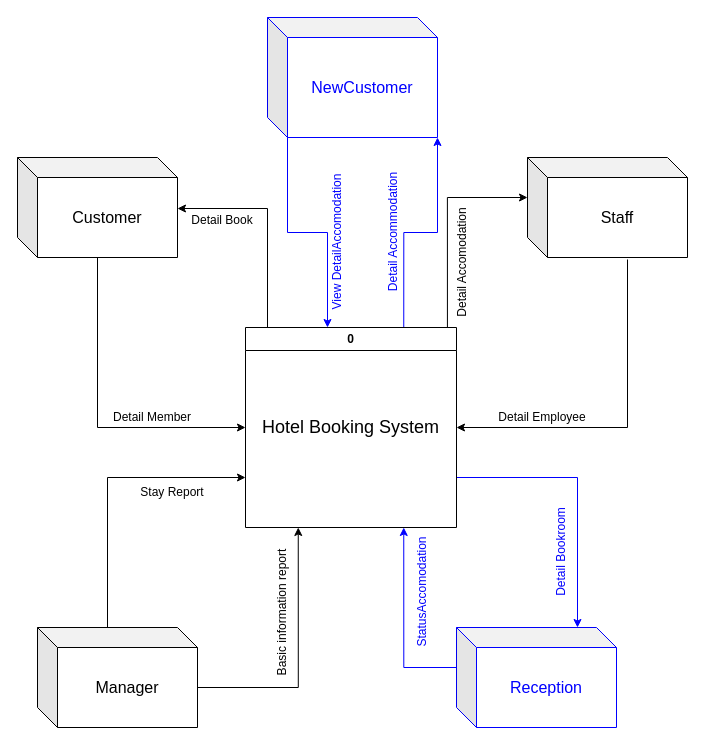
The draw.io diagram แบบแผนที่ยังไม่ได้ตั้งชื่อ.drawio in Yaya25aom/bookhotel, before the edit. Source tidied: cells renumbered, new cells numbered last; positions are measured from the earlier drawing's top-left corner, leaving out a move shared by most shapes. Both pictures are drawn from the tidied source at 100%, with x=0, y=0 at pixel (17, 17).
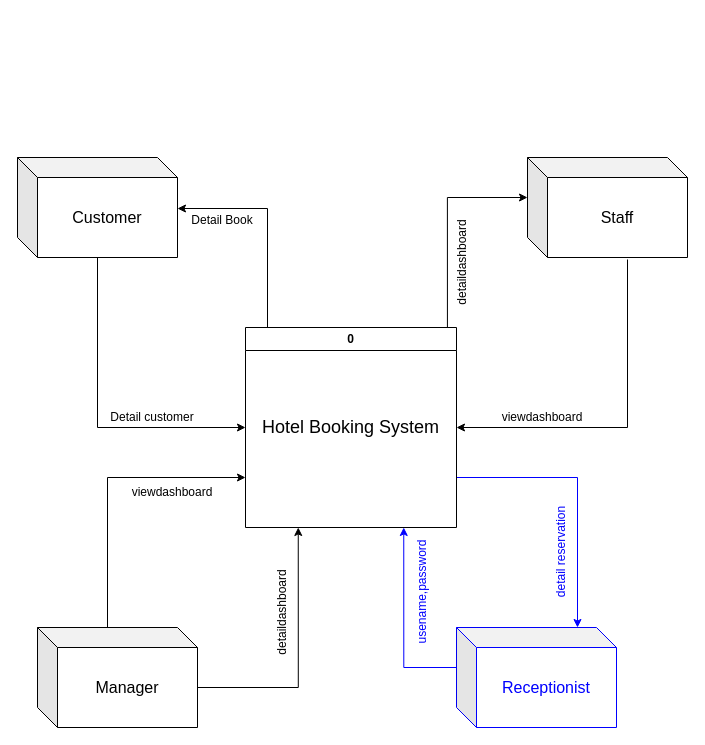
After the change.

Unchanged cells that the change refers to:
```xml
<mxCell id="4" value="0" style="swimlane;whiteSpace=wrap;html=1;" parent="1" vertex="1">
  <mxGeometry x="228" y="310" width="211" height="200" as="geometry" />
</mxCell>
```

Change to the diagram source:
```diff
@@
-    <mxCell id="3" style="edgeStyle=orthogonalEdgeStyle;rounded=0;jettySize=auto;html=1;exitX=0.75;exitY=0;exitDx=0;exitDy=0;entryX=1;entryY=1;entryDx=0;entryDy=0;entryPerimeter=0;strokeColor=#0000FF;" parent="1" edge="1" source="4" target="22">
-      <mxGeometry relative="1" as="geometry" />
-    </mxCell>
@@
-    <mxCell id="16" value="Detail Member" style="text;html=1;strokeColor=none;fillColor=none;align=center;verticalAlign=middle;whiteSpace=wrap;rounded=0;" parent="1" vertex="1">
+    <mxCell id="16" value="Detail customer" style="text;html=1;strokeColor=none;fillColor=none;align=center;verticalAlign=middle;whiteSpace=wrap;rounded=0;" parent="1" vertex="1">
       <mxGeometry x="70" y="385" width="130" height="30" as="geometry" />
     </mxCell>
-    <mxCell id="17" value="Detail Accomodation" style="text;html=1;strokeColor=none;fillColor=none;align=center;verticalAlign=middle;whiteSpace=wrap;rounded=0;rotation=-90;" parent="1" vertex="1">
+    <mxCell id="17" value="detaildashboard" style="text;html=1;strokeColor=none;fillColor=none;align=center;verticalAlign=middle;whiteSpace=wrap;rounded=0;rotation=-90;" parent="1" vertex="1">
       <mxGeometry x="380" y="230" width="130" height="30" as="geometry" />
     </mxCell>
-    <mxCell id="18" value="Detail Employee" style="text;html=1;strokeColor=none;fillColor=none;align=center;verticalAlign=middle;whiteSpace=wrap;rounded=0;" parent="1" vertex="1">
+    <mxCell id="18" value="viewdashboard" style="text;html=1;strokeColor=none;fillColor=none;align=center;verticalAlign=middle;whiteSpace=wrap;rounded=0;" parent="1" vertex="1">
       <mxGeometry x="460" y="385" width="130" height="30" as="geometry" />
     </mxCell>
-    <mxCell id="19" value="Stay Report" style="text;html=1;strokeColor=none;fillColor=none;align=center;verticalAlign=middle;whiteSpace=wrap;rounded=0;" parent="1" vertex="1">
+    <mxCell id="19" value="viewdashboard" style="text;html=1;strokeColor=none;fillColor=none;align=center;verticalAlign=middle;whiteSpace=wrap;rounded=0;" parent="1" vertex="1">
       <mxGeometry x="90" y="460" width="130" height="30" as="geometry" />
     </mxCell>
-    <mxCell id="20" value="Basic information report" style="text;html=1;strokeColor=none;fillColor=none;align=center;verticalAlign=middle;whiteSpace=wrap;rounded=0;rotation=-90;" parent="1" vertex="1">
+    <mxCell id="20" value="detaildashboard" style="text;html=1;strokeColor=none;fillColor=none;align=center;verticalAlign=middle;whiteSpace=wrap;rounded=0;rotation=-90;" parent="1" vertex="1">
       <mxGeometry x="200" y="580" width="130" height="30" as="geometry" />
     </mxCell>
-    <mxCell id="21" style="edgeStyle=orthogonalEdgeStyle;rounded=0;jettySize=auto;html=1;exitX=0;exitY=0;exitDx=20;exitDy=100;exitPerimeter=0;strokeColor=#0000FF;" parent="1" edge="1" source="22">
-      <mxGeometry relative="1" as="geometry">
-        <mxPoint x="310" y="310" as="targetPoint" />
-        <Array as="points">
-          <mxPoint x="270" y="215" />
-          <mxPoint x="310" y="215" />
-          <mxPoint x="310" y="310" />
-        </Array>
-      </mxGeometry>
-    </mxCell>
-    <mxCell id="22" value="&lt;font color=&quot;#0000ff&quot;&gt;NewCustomer&lt;/font&gt;" style="shape=cube;whiteSpace=wrap;html=1;boundedLbl=1;backgroundOutline=1;darkOpacity=0.05;darkOpacity2=0.1;fontSize=16;strokeColor=#0000FF;" parent="1" vertex="1">
-      <mxGeometry x="250" width="170" height="120" as="geometry" />
-    </mxCell>
@@
-    <mxCell id="24" value="&lt;font color=&quot;#0000ff&quot;&gt;Reception&lt;/font&gt;" style="shape=cube;whiteSpace=wrap;html=1;boundedLbl=1;backgroundOutline=1;darkOpacity=0.05;darkOpacity2=0.1;fontSize=16;strokeColor=#0000FF;" parent="1" vertex="1">
+    <mxCell id="24" value="&lt;font color=&quot;#0000ff&quot;&gt;Receptionist&lt;/font&gt;" style="shape=cube;whiteSpace=wrap;html=1;boundedLbl=1;backgroundOutline=1;darkOpacity=0.05;darkOpacity2=0.1;fontSize=16;strokeColor=#0000FF;" parent="1" vertex="1">
       <mxGeometry x="439" y="610" width="160" height="100" as="geometry" />
     </mxCell>
-    <mxCell id="25" value="&lt;font color=&quot;#0000ff&quot;&gt;View DetailAccomodation&lt;/font&gt;" style="text;html=1;align=center;verticalAlign=middle;strokeColor=none;fillColor=none;rotation=-90;" parent="1" vertex="1">
-      <mxGeometry x="240" y="210" width="160" height="30" as="geometry" />
-    </mxCell>
-    <mxCell id="26" value="&lt;font color=&quot;#0000ff&quot;&gt;Detail Accommodation&lt;/font&gt;" style="text;html=1;align=center;verticalAlign=middle;strokeColor=none;fillColor=none;rotation=-90;" parent="1" vertex="1">
-      <mxGeometry x="306" y="200" width="140" height="30" as="geometry" />
-    </mxCell>
-    <mxCell id="27" value="&lt;font color=&quot;#0000ff&quot;&gt;Detail Bookroom&lt;/font&gt;" style="text;html=1;align=center;verticalAlign=middle;strokeColor=none;fillColor=none;rotation=-90;" parent="1" vertex="1">
+    <mxCell id="27" value="&lt;font color=&quot;#0000ff&quot;&gt;detail reservation&lt;/font&gt;" style="text;html=1;align=center;verticalAlign=middle;strokeColor=none;fillColor=none;rotation=-90;" parent="1" vertex="1">
       <mxGeometry x="489" y="520" width="110" height="30" as="geometry" />
     </mxCell>
-    <mxCell id="28" value="&lt;font color=&quot;#0000ff&quot;&gt;StatusAccomodation&lt;/font&gt;" style="text;html=1;align=center;verticalAlign=middle;strokeColor=none;fillColor=none;rotation=-90;" parent="1" vertex="1">
+    <mxCell id="28" value="&lt;font color=&quot;#0000ff&quot;&gt;usename,password&lt;/font&gt;" style="text;html=1;align=center;verticalAlign=middle;strokeColor=none;fillColor=none;rotation=-90;" parent="1" vertex="1">
       <mxGeometry x="340" y="560" width="130" height="30" as="geometry" />
     </mxCell>
```
